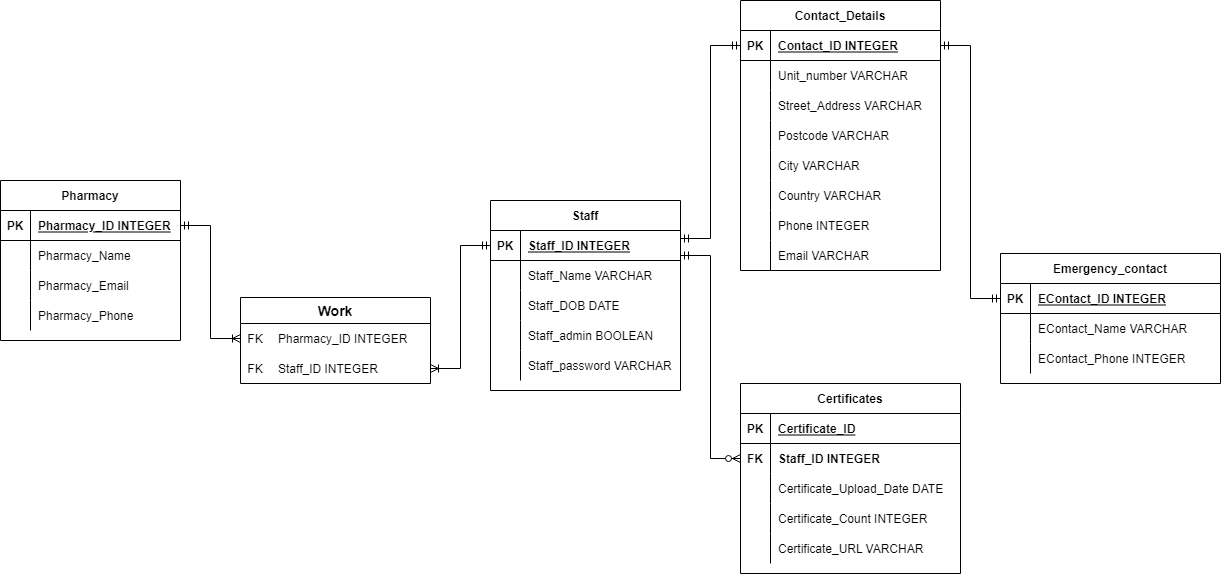
alam1704/my_app keeps this draw.io diagram as docs/T3A3_ERD.png. Above is the earlier version. Source tidied: cells renumbered, new cells last; positions are measured from the earlier drawing's top-left corner, leaving out a move shared by most shapes.
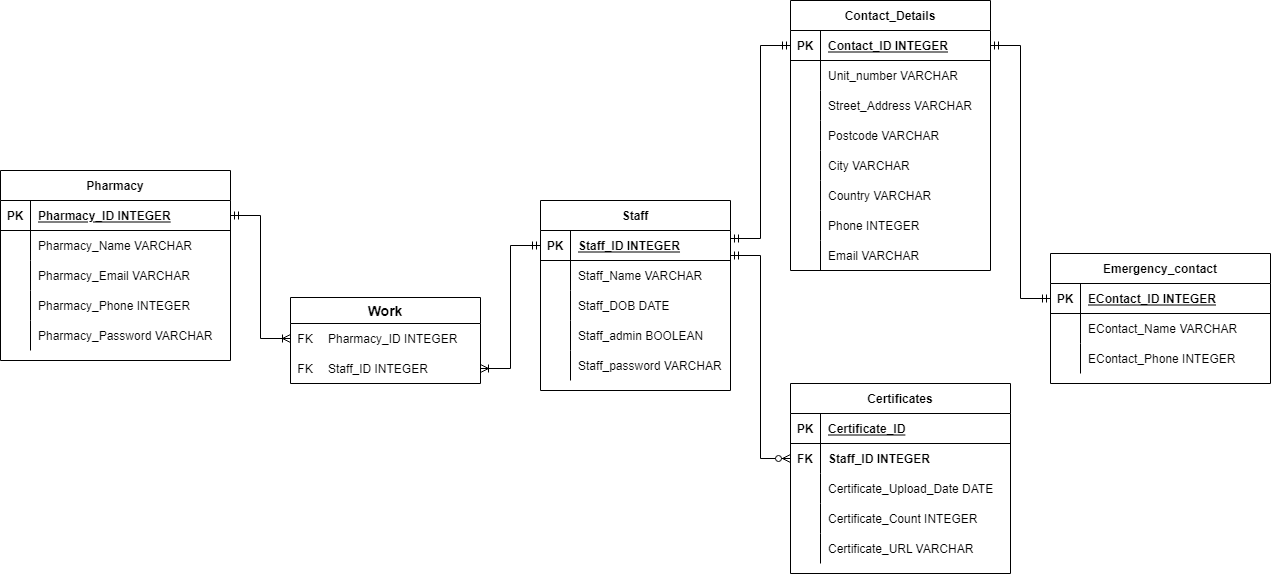
The same file after the commit.

Diff of the diagram source:
```diff
@@ -156,44 +156,53 @@
       <mxGeometry x="30" width="190" height="30" as="geometry" />
     </mxCell>
     <mxCell id="53" value="Pharmacy" style="shape=table;startSize=30;rowLines=0;fontStyle=1;align=center;" parent="1" vertex="1">
-      <mxGeometry y="180" width="180" height="160" as="geometry" />
+      <mxGeometry x="-50" y="170" width="230" height="190" as="geometry" />
     </mxCell>
     <mxCell id="54" style="shape=partialRectangle;fillColor=none;top=0;left=0;bottom=1;right=0;points=[[0,0.5],[1,0.5]];portConstraint=eastwest;" parent="53" vertex="1">
-      <mxGeometry y="30" width="180" height="30" as="geometry" />
+      <mxGeometry y="30" width="230" height="30" as="geometry" />
     </mxCell>
     <mxCell id="55" value="PK" style="shape=partialRectangle;fillColor=none;top=0;left=0;bottom=0;right=0;fontStyle=1;overflow=hidden;" parent="54" vertex="1">
       <mxGeometry width="30" height="30" as="geometry" />
     </mxCell>
     <mxCell id="56" value="Pharmacy_ID INTEGER" style="shape=partialRectangle;fillColor=none;top=0;left=0;bottom=0;right=0;align=left;spacingLeft=6;fontStyle=5;overflow=hidden;" parent="54" vertex="1">
-      <mxGeometry x="30" width="150" height="30" as="geometry" />
+      <mxGeometry x="30" width="200" height="30" as="geometry" />
     </mxCell>
     <mxCell id="57" style="shape=partialRectangle;fillColor=none;top=0;left=0;bottom=0;right=0;" parent="53" vertex="1">
-      <mxGeometry y="60" width="180" height="30" as="geometry" />
+      <mxGeometry y="60" width="230" height="30" as="geometry" />
     </mxCell>
     <mxCell id="58" style="shape=partialRectangle;fillColor=none;top=0;left=0;bottom=0;right=0;overflow=hidden;" parent="57" vertex="1">
       <mxGeometry width="30" height="30" as="geometry" />
     </mxCell>
-    <mxCell id="59" value="Pharmacy_Name" style="shape=partialRectangle;fillColor=none;top=0;left=0;bottom=0;right=0;align=left;spacingLeft=6;overflow=hidden;" parent="57" vertex="1">
-      <mxGeometry x="30" width="150" height="30" as="geometry" />
+    <mxCell id="59" value="Pharmacy_Name VARCHAR" style="shape=partialRectangle;fillColor=none;top=0;left=0;bottom=0;right=0;align=left;spacingLeft=6;overflow=hidden;" parent="57" vertex="1">
+      <mxGeometry x="30" width="200" height="30" as="geometry" />
     </mxCell>
     <mxCell id="60" style="shape=partialRectangle;fillColor=none;top=0;left=0;bottom=0;right=0;" parent="53" vertex="1">
-      <mxGeometry y="90" width="180" height="30" as="geometry" />
+      <mxGeometry y="90" width="230" height="30" as="geometry" />
     </mxCell>
     <mxCell id="61" style="shape=partialRectangle;fillColor=none;top=0;left=0;bottom=0;right=0;overflow=hidden;" parent="60" vertex="1">
       <mxGeometry width="30" height="30" as="geometry" />
     </mxCell>
-    <mxCell id="62" value="Pharmacy_Email" style="shape=partialRectangle;fillColor=none;top=0;left=0;bottom=0;right=0;align=left;spacingLeft=6;overflow=hidden;" parent="60" vertex="1">
-      <mxGeometry x="30" width="150" height="30" as="geometry" />
+    <mxCell id="62" value="Pharmacy_Email VARCHAR" style="shape=partialRectangle;fillColor=none;top=0;left=0;bottom=0;right=0;align=left;spacingLeft=6;overflow=hidden;" parent="60" vertex="1">
+      <mxGeometry x="30" width="200" height="30" as="geometry" />
     </mxCell>
     <mxCell id="63" style="shape=partialRectangle;fillColor=none;top=0;left=0;bottom=0;right=0;" parent="53" vertex="1">
-      <mxGeometry y="120" width="180" height="30" as="geometry" />
+      <mxGeometry y="120" width="230" height="30" as="geometry" />
     </mxCell>
     <mxCell id="64" style="shape=partialRectangle;fillColor=none;top=0;left=0;bottom=0;right=0;overflow=hidden;" parent="63" vertex="1">
       <mxGeometry width="30" height="30" as="geometry" />
     </mxCell>
-    <mxCell id="65" value="Pharmacy_Phone" style="shape=partialRectangle;fillColor=none;top=0;left=0;bottom=0;right=0;align=left;spacingLeft=6;overflow=hidden;" parent="63" vertex="1">
-      <mxGeometry x="30" width="150" height="30" as="geometry" />
+    <mxCell id="65" value="Pharmacy_Phone INTEGER" style="shape=partialRectangle;fillColor=none;top=0;left=0;bottom=0;right=0;align=left;spacingLeft=6;overflow=hidden;" parent="63" vertex="1">
+      <mxGeometry x="30" width="200" height="30" as="geometry" />
     </mxCell>
+    <mxCell id="95" style="shape=partialRectangle;fillColor=none;top=0;left=0;bottom=0;right=0;" parent="53" vertex="1">
+      <mxGeometry y="150" width="230" height="30" as="geometry" />
+    </mxCell>
+    <mxCell id="96" style="shape=partialRectangle;fillColor=none;top=0;left=0;bottom=0;right=0;overflow=hidden;" parent="95" vertex="1">
+      <mxGeometry width="30" height="30" as="geometry" />
+    </mxCell>
+    <mxCell id="97" value="Pharmacy_Password VARCHAR" style="shape=partialRectangle;fillColor=none;top=0;left=0;bottom=0;right=0;align=left;spacingLeft=6;overflow=hidden;" parent="95" vertex="1">
+      <mxGeometry x="30" width="200" height="30" as="geometry" />
+    </mxCell>
     <mxCell id="66" value="Certificates" style="shape=table;startSize=30;rowLines=0;fontStyle=1;align=center;" parent="1" vertex="1">
       <mxGeometry x="740" y="383" width="220" height="190" as="geometry" />
     </mxCell>
```
